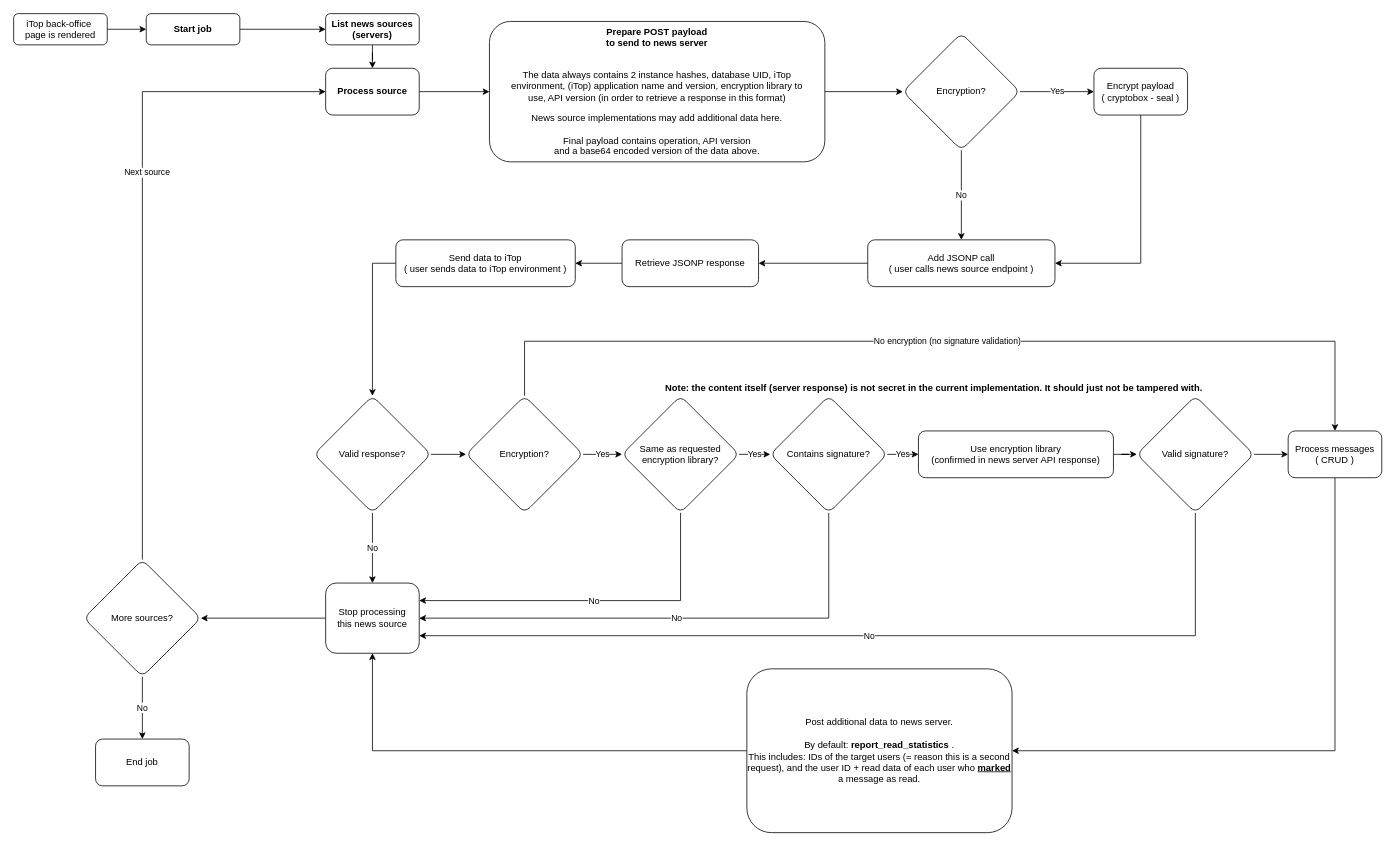
Before: page "MITM" (3 of 3) of documentation/Diagram - background process.drawio in jbostoen/itop-jb-news, a draw.io diagram. Source tidied: cells renumbered, new cells numbered last; positions are measured from the earlier drawing's top-left corner, leaving out a move shared by most shapes. Both pictures are drawn from the tidied source at 78%, with x=0, y=0 at pixel (13, 13).
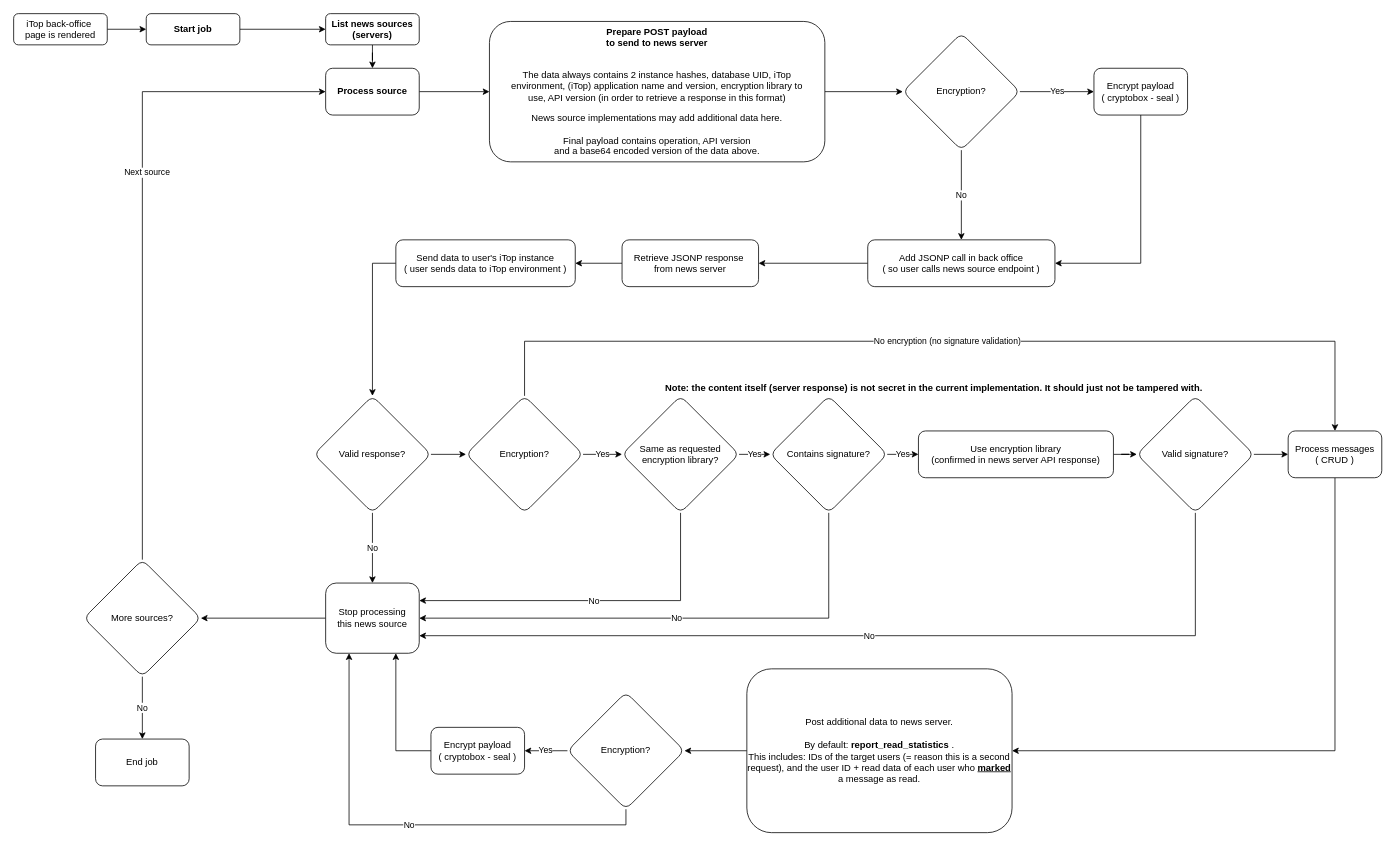
The same page after the edit.

The change refers to these unchanged cells:
```xml
<mxCell id="17" value="Stop processing&lt;br&gt;this news source" style="whiteSpace=wrap;html=1;rounded=1;glass=0;strokeWidth=1;shadow=0;" parent="1" vertex="1">
  <mxGeometry x="400" y="730" width="120" height="90" as="geometry" />
</mxCell>
<mxCell id="43" value="Post additional data to news server.&lt;br&gt;&lt;br&gt;By default: &lt;b&gt;report_read_statistics &lt;/b&gt;. &lt;br&gt;This includes: IDs of the target users (= reason this is a second request), and the user ID + read data of each user who &lt;u&gt;&lt;b&gt;marked &lt;/b&gt;&lt;/u&gt;a message as read." style="whiteSpace=wrap;html=1;rounded=1;glass=0;strokeWidth=1;shadow=0;" parent="1" vertex="1">
  <mxGeometry x="940" y="840" width="340" height="210" as="geometry" />
</mxCell>
```

Change to the diagram source:
```diff
@@
-    <mxCell id="12" value="Add JSONP call&lt;br&gt;( user calls news source endpoint )" style="rounded=1;whiteSpace=wrap;html=1;fontSize=12;glass=0;strokeWidth=1;shadow=0;" parent="1" vertex="1">
+    <mxCell id="12" value="Add JSONP call in back office&lt;br&gt;( so user calls news source endpoint )" style="rounded=1;whiteSpace=wrap;html=1;fontSize=12;glass=0;strokeWidth=1;shadow=0;" parent="1" vertex="1">
       <mxGeometry x="1095" y="290" width="240" height="60" as="geometry" />
     </mxCell>
@@
-    <mxCell id="42" style="edgeStyle=orthogonalEdgeStyle;rounded=0;jettySize=auto;html=1;exitX=0;exitY=0.5;exitDx=0;exitDy=0;entryX=0.5;entryY=1;entryDx=0;entryDy=0;" parent="1" edge="1" source="43" target="17">
-      <mxGeometry relative="1" as="geometry" />
-    </mxCell>
+    <mxCell id="52" style="edgeStyle=orthogonalEdgeStyle;rounded=0;jettySize=auto;html=1;exitX=0;exitY=0.5;exitDx=0;exitDy=0;entryX=1;entryY=0.5;entryDx=0;entryDy=0;" parent="1" edge="1" source="43" target="55">
+      <mxGeometry relative="1" as="geometry" />
+    </mxCell>
@@
-    <mxCell id="50" value="Retrieve JSONP response" style="whiteSpace=wrap;html=1;rounded=1;glass=0;strokeWidth=1;shadow=0;" parent="1" vertex="1">
+    <mxCell id="50" value="Retrieve JSONP response&amp;nbsp;&lt;br&gt;from news server" style="whiteSpace=wrap;html=1;rounded=1;glass=0;strokeWidth=1;shadow=0;" parent="1" vertex="1">
       <mxGeometry x="780" y="290" width="175" height="60" as="geometry" />
     </mxCell>
-    <mxCell id="51" value="Send data to iTop&lt;br&gt;( user sends data to iTop environment )" style="whiteSpace=wrap;html=1;rounded=1;glass=0;strokeWidth=1;shadow=0;" parent="1" vertex="1">
+    <mxCell id="51" value="Send data to user's iTop instance&lt;br&gt;( user sends data to iTop environment )" style="whiteSpace=wrap;html=1;rounded=1;glass=0;strokeWidth=1;shadow=0;" parent="1" vertex="1">
       <mxGeometry x="490" y="290" width="230" height="60" as="geometry" />
     </mxCell>
+    <mxCell id="53" value="Yes" style="edgeStyle=orthogonalEdgeStyle;rounded=0;jettySize=auto;html=1;exitX=0;exitY=0.5;exitDx=0;exitDy=0;entryX=1;entryY=0.5;entryDx=0;entryDy=0;" parent="1" edge="1" source="55" target="57">
+      <mxGeometry relative="1" as="geometry" />
+    </mxCell>
+    <mxCell id="54" value="No" style="edgeStyle=orthogonalEdgeStyle;rounded=0;jettySize=auto;html=1;exitX=0.5;exitY=1;exitDx=0;exitDy=0;entryX=0.25;entryY=1;entryDx=0;entryDy=0;" parent="1" edge="1" source="55" target="17">
+      <mxGeometry relative="1" as="geometry" />
+    </mxCell>
+    <mxCell id="55" value="Encryption?" style="rhombus;whiteSpace=wrap;html=1;rounded=1;glass=0;strokeWidth=1;shadow=0;" parent="1" vertex="1">
+      <mxGeometry x="710" y="870" width="150" height="150" as="geometry" />
+    </mxCell>
+    <mxCell id="56" style="edgeStyle=orthogonalEdgeStyle;rounded=0;jettySize=auto;html=1;exitX=0;exitY=0.5;exitDx=0;exitDy=0;entryX=0.75;entryY=1;entryDx=0;entryDy=0;" parent="1" edge="1" source="57" target="17">
+      <mxGeometry relative="1" as="geometry" />
+    </mxCell>
+    <mxCell id="57" value="Encrypt payload &lt;br&gt;( cryptobox - seal )" style="whiteSpace=wrap;html=1;rounded=1;glass=0;strokeWidth=1;shadow=0;" parent="1" vertex="1">
+      <mxGeometry x="535" y="915" width="120" height="60" as="geometry" />
+    </mxCell>
```
